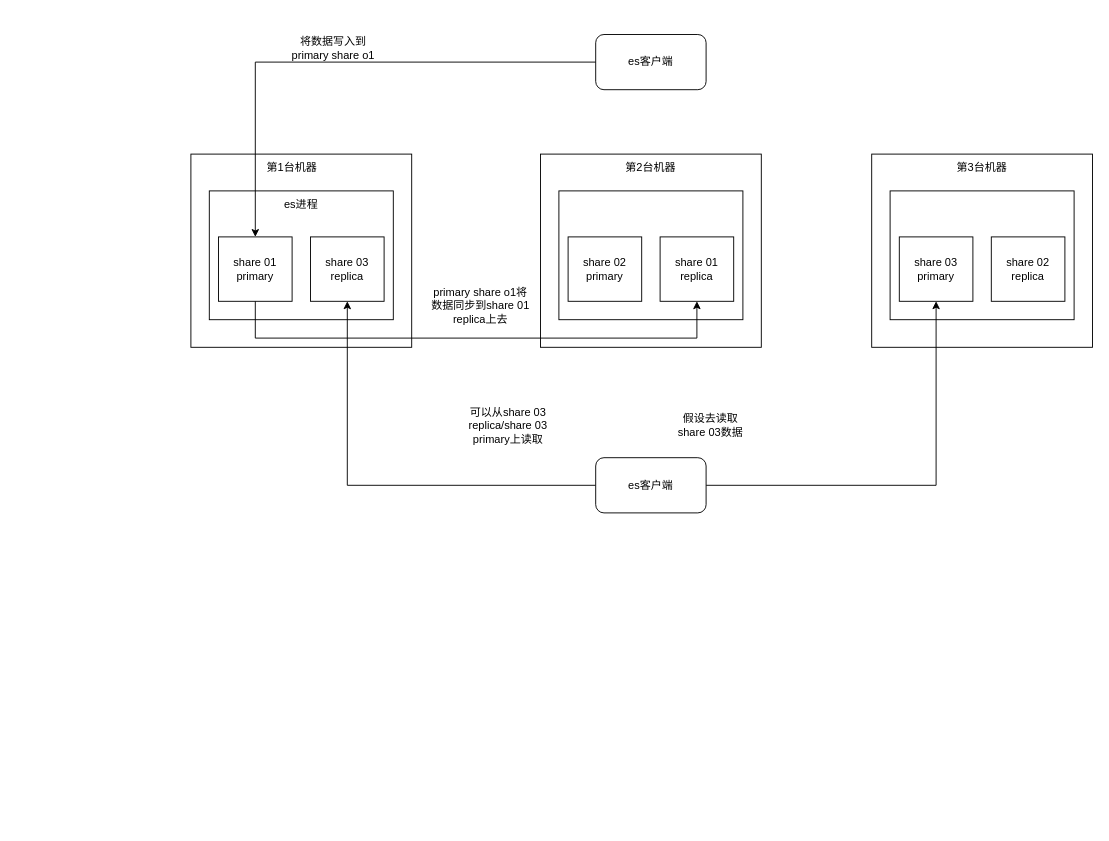
The draw.io diagram 未命名绘图.drawio in wenyuling/vim----, before the edit. Source tidied: cells renumbered, new cells numbered last; positions are measured from the earlier drawing's top-left corner, leaving out a move shared by most shapes. Both pictures are drawn from the tidied source at 92%, with x=0, y=0 at pixel (190, 34).
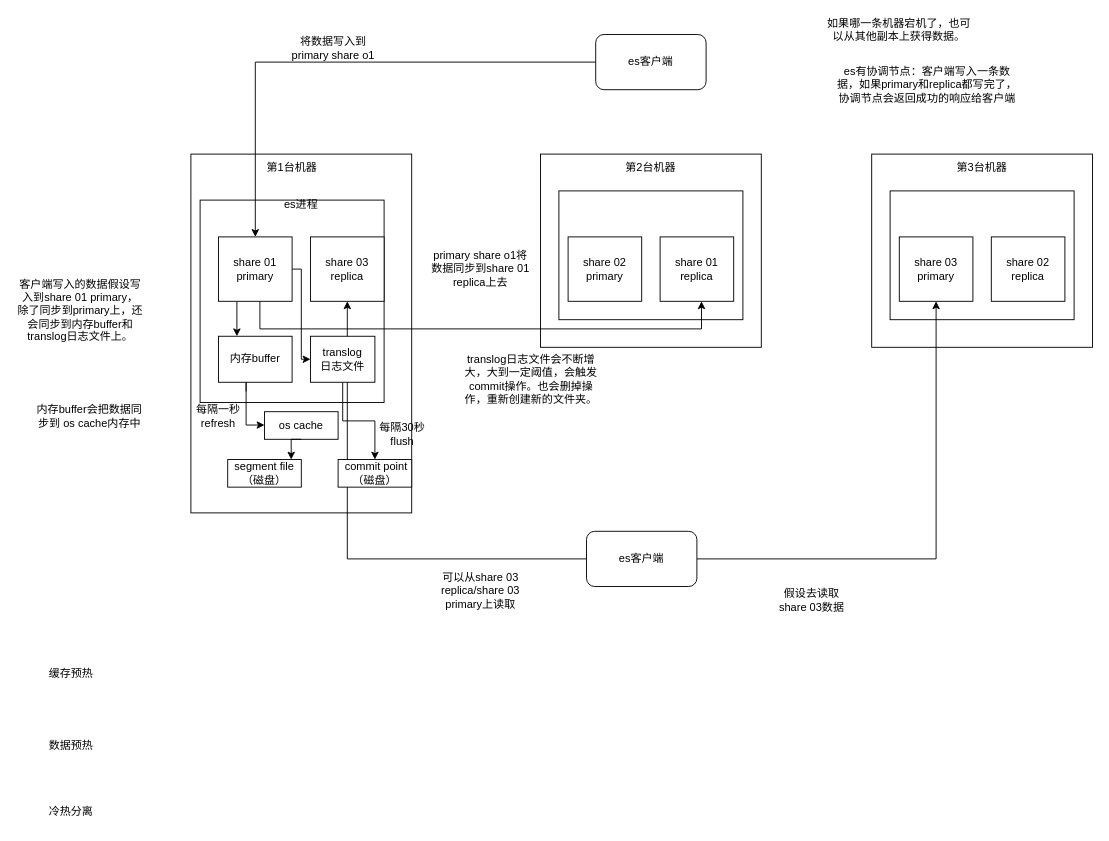
The same page after the edit.

Commit message (it also covers changes not shown here):
elasticsearch分布式架构原理.drawio

The change refers to these unchanged cells:
```xml
<mxCell id="7" value="share 01&lt;div&gt;primary&lt;/div&gt;" style="rounded=0;whiteSpace=wrap;html=1;" parent="1" vertex="1">
  <mxGeometry x="30" y="220" width="80" height="70" as="geometry" />
</mxCell>
<mxCell id="14" value="share 01&lt;div&gt;replica&lt;/div&gt;" style="rounded=0;whiteSpace=wrap;html=1;" parent="1" vertex="1">
  <mxGeometry x="510" y="220" width="80" height="70" as="geometry" />
</mxCell>
```

The edit, as a diff of the source:
```diff
@@
     <mxCell id="3" style="rounded=0;whiteSpace=wrap;html=1;" parent="1" vertex="1">
-      <mxGeometry y="130" width="240" height="210" as="geometry" />
+      <mxGeometry y="130" width="240" height="390" as="geometry" />
     </mxCell>
@@
     <mxCell id="5" style="rounded=0;whiteSpace=wrap;html=1;" parent="1" vertex="1">
-      <mxGeometry x="20" y="170" width="200" height="140" as="geometry" />
+      <mxGeometry x="10" y="180" width="200" height="220" as="geometry" />
     </mxCell>
@@
+    <mxCell id="28" style="edgeStyle=orthogonalEdgeStyle;rounded=0;jettySize=auto;html=1;" parent="1" edge="1" source="7" target="35">
+      <mxGeometry relative="1" as="geometry">
+        <Array as="points">
+          <mxPoint x="120" y="255" />
+          <mxPoint x="120" y="353" />
+        </Array>
+      </mxGeometry>
+    </mxCell>
+    <mxCell id="29" style="edgeStyle=orthogonalEdgeStyle;rounded=0;jettySize=auto;html=1;exitX=0.25;exitY=1;exitDx=0;exitDy=0;entryX=0.25;entryY=0;entryDx=0;entryDy=0;" parent="1" edge="1" source="7" target="33">
+      <mxGeometry relative="1" as="geometry" />
+    </mxCell>
@@
-    <mxCell id="15" style="edgeStyle=orthogonalEdgeStyle;rounded=0;jettySize=auto;html=1;exitX=0.5;exitY=1;exitDx=0;exitDy=0;entryX=0.5;entryY=1;entryDx=0;entryDy=0;" parent="1" edge="1" source="7" target="14">
+    <mxCell id="15" style="edgeStyle=orthogonalEdgeStyle;rounded=0;orthogonalLoop=1;jettySize=auto;html=1;exitX=0.5;exitY=1;exitDx=0;exitDy=0;entryX=0.5;entryY=1;entryDx=0;entryDy=0;" parent="1" edge="1">
       <mxGeometry relative="1" as="geometry">
+        <mxPoint x="75" y="290" as="sourcePoint" />
+        <mxPoint x="555" y="290" as="targetPoint" />
         <Array as="points">
-          <mxPoint x="70" y="330" />
-          <mxPoint x="550" y="330" />
+          <mxPoint x="75" y="320" />
+          <mxPoint x="555" y="320" />
         </Array>
       </mxGeometry>
     </mxCell>
     <mxCell id="16" value="primary share o1将数据同步到share 01 replica上去" style="text;html=1;align=center;verticalAlign=middle;whiteSpace=wrap;rounded=0;" parent="1" vertex="1">
-      <mxGeometry x="260" y="280" width="110" height="30" as="geometry" />
+      <mxGeometry x="260" y="240" width="110" height="30" as="geometry" />
     </mxCell>
@@
     <mxCell id="25" value="es客户端" style="rounded=1;whiteSpace=wrap;html=1;" parent="1" vertex="1">
-      <mxGeometry x="440" y="460" width="120" height="60" as="geometry" />
+      <mxGeometry x="430" y="540" width="120" height="60" as="geometry" />
     </mxCell>
     <mxCell id="26" value="假设去读取share 03数据" style="text;html=1;align=center;verticalAlign=middle;whiteSpace=wrap;rounded=0;" parent="1" vertex="1">
-      <mxGeometry x="520" y="410" width="90" height="30" as="geometry" />
+      <mxGeometry x="630" y="600" width="90" height="30" as="geometry" />
     </mxCell>
     <mxCell id="27" value="可以从share 03 replica/share 03 primary上读取" style="text;html=1;align=center;verticalAlign=middle;whiteSpace=wrap;rounded=0;" parent="1" vertex="1">
-      <mxGeometry x="300" y="410" width="90" height="30" as="geometry" />
+      <mxGeometry x="270" y="590" width="90" height="30" as="geometry" />
     </mxCell>
+    <mxCell id="30" value="如果哪一条机器宕机了，也可以从其他副本上获得数据。" style="text;html=1;align=center;verticalAlign=middle;whiteSpace=wrap;rounded=0;" parent="1" vertex="1">
+      <mxGeometry x="690" y="-20" width="160" height="30" as="geometry" />
+    </mxCell>
+    <mxCell id="31" value="es有协调节点：客户端写入一条数据，如果primary和replica都写完了，协调节点会返回成功的响应给客户端" style="text;html=1;align=center;verticalAlign=middle;whiteSpace=wrap;rounded=0;" parent="1" vertex="1">
+      <mxGeometry x="701" y="40" width="199" height="30" as="geometry" />
+    </mxCell>
+    <mxCell id="32" style="edgeStyle=orthogonalEdgeStyle;rounded=0;orthogonalLoop=1;jettySize=auto;html=1;entryX=0;entryY=0.75;entryDx=0;entryDy=0;" parent="1" edge="1">
+      <mxGeometry relative="1" as="geometry">
+        <mxPoint x="60" y="388" as="sourcePoint" />
+        <mxPoint x="80" y="424.5" as="targetPoint" />
+        <Array as="points">
+          <mxPoint x="60" y="370" />
+          <mxPoint x="60" y="425" />
+        </Array>
+      </mxGeometry>
+    </mxCell>
+    <mxCell id="33" value="内存buffer" style="rounded=0;whiteSpace=wrap;html=1;" parent="1" vertex="1">
+      <mxGeometry x="30" y="328" width="80" height="50" as="geometry" />
+    </mxCell>
+    <mxCell id="34" style="edgeStyle=orthogonalEdgeStyle;rounded=0;jettySize=auto;html=1;exitX=0.5;exitY=1;exitDx=0;exitDy=0;entryX=0.5;entryY=0;entryDx=0;entryDy=0;" parent="1" edge="1" source="35" target="41">
+      <mxGeometry relative="1" as="geometry" />
+    </mxCell>
+    <mxCell id="35" value="translog&lt;div&gt;日志文件&lt;/div&gt;" style="rounded=0;whiteSpace=wrap;html=1;" parent="1" vertex="1">
+      <mxGeometry x="130" y="328" width="70" height="50" as="geometry" />
+    </mxCell>
+    <mxCell id="36" value="客户端写入的数据假设写入到share 01 primary，除了同步到primary上，还会同步到内存buffer和translog日志文件上。" style="text;html=1;align=center;verticalAlign=middle;whiteSpace=wrap;rounded=0;" parent="1" vertex="1">
+      <mxGeometry x="-190" y="285" width="140" height="30" as="geometry" />
+    </mxCell>
+    <mxCell id="37" value="os cache" style="rounded=0;whiteSpace=wrap;html=1;" parent="1" vertex="1">
+      <mxGeometry x="80" y="410" width="80" height="30" as="geometry" />
+    </mxCell>
+    <mxCell id="38" value="segment file（磁盘）" style="rounded=0;whiteSpace=wrap;html=1;" parent="1" vertex="1">
+      <mxGeometry x="40" y="462" width="80" height="30" as="geometry" />
+    </mxCell>
+    <mxCell id="39" value="内存buffer会把数据同步到 os cache内存中" style="text;html=1;align=center;verticalAlign=middle;whiteSpace=wrap;rounded=0;" parent="1" vertex="1">
+      <mxGeometry x="-170" y="400" width="120" height="30" as="geometry" />
+    </mxCell>
+    <mxCell id="40" value="translog日志文件会不断增大，大到一定阈值，会触发commit操作。也会删掉操作，重新创建新的文件夹。" style="text;html=1;align=center;verticalAlign=middle;whiteSpace=wrap;rounded=0;" parent="1" vertex="1">
+      <mxGeometry x="290" y="360" width="160" height="30" as="geometry" />
+    </mxCell>
+    <mxCell id="41" value="&amp;nbsp;commit point（磁盘）" style="rounded=0;whiteSpace=wrap;html=1;" parent="1" vertex="1">
+      <mxGeometry x="160" y="462" width="80" height="30" as="geometry" />
+    </mxCell>
+    <mxCell id="42" style="edgeStyle=orthogonalEdgeStyle;rounded=0;jettySize=auto;html=1;exitX=0.5;exitY=1;exitDx=0;exitDy=0;entryX=0.863;entryY=0;entryDx=0;entryDy=0;entryPerimeter=0;" parent="1" edge="1" source="37" target="38">
+      <mxGeometry relative="1" as="geometry" />
+    </mxCell>
+    <mxCell id="43" value="每隔一&lt;span style=&quot;background-color: initial;&quot;&gt;秒refresh&lt;/span&gt;" style="text;html=1;align=center;verticalAlign=middle;whiteSpace=wrap;rounded=0;" parent="1" vertex="1">
+      <mxGeometry y="400" width="60" height="30" as="geometry" />
+    </mxCell>
+    <mxCell id="44" value="每隔30秒flush" style="text;html=1;align=center;verticalAlign=middle;whiteSpace=wrap;rounded=0;" parent="1" vertex="1">
+      <mxGeometry x="200" y="420" width="60" height="30" as="geometry" />
+    </mxCell>
+    <mxCell id="45" value="缓存预热" style="text;html=1;align=center;verticalAlign=middle;whiteSpace=wrap;rounded=0;" parent="1" vertex="1">
+      <mxGeometry x="-160" y="680" width="60" height="30" as="geometry" />
+    </mxCell>
+    <mxCell id="46" value="数据预热" style="text;html=1;align=center;verticalAlign=middle;whiteSpace=wrap;rounded=0;" parent="1" vertex="1">
+      <mxGeometry x="-160" y="758" width="60" height="30" as="geometry" />
+    </mxCell>
+    <mxCell id="47" value="冷热分离" style="text;html=1;align=center;verticalAlign=middle;whiteSpace=wrap;rounded=0;" parent="1" vertex="1">
+      <mxGeometry x="-160" y="830" width="60" height="30" as="geometry" />
+    </mxCell>
```
